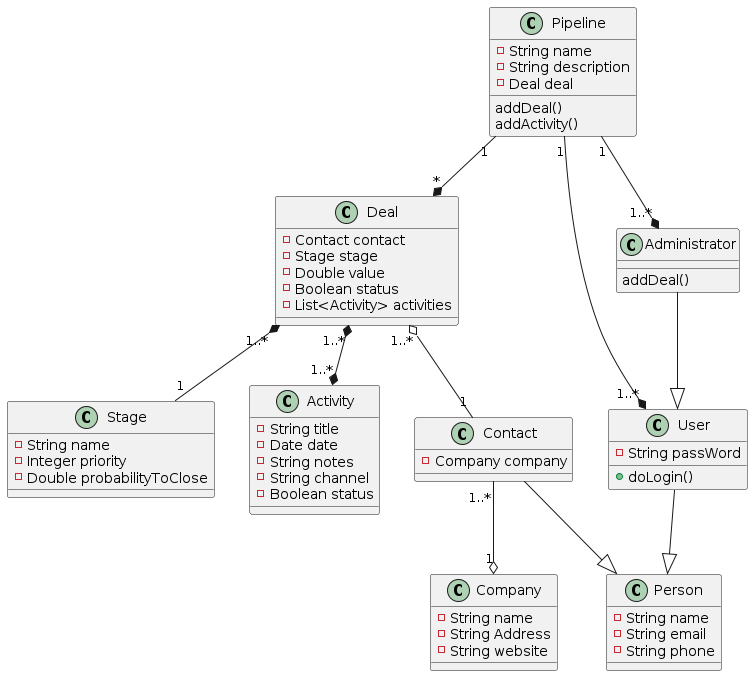
This is out/planning/uml/crm33/CRM33.png from igormedeiros/crm33, a PlantUML export, as it was before one commit.
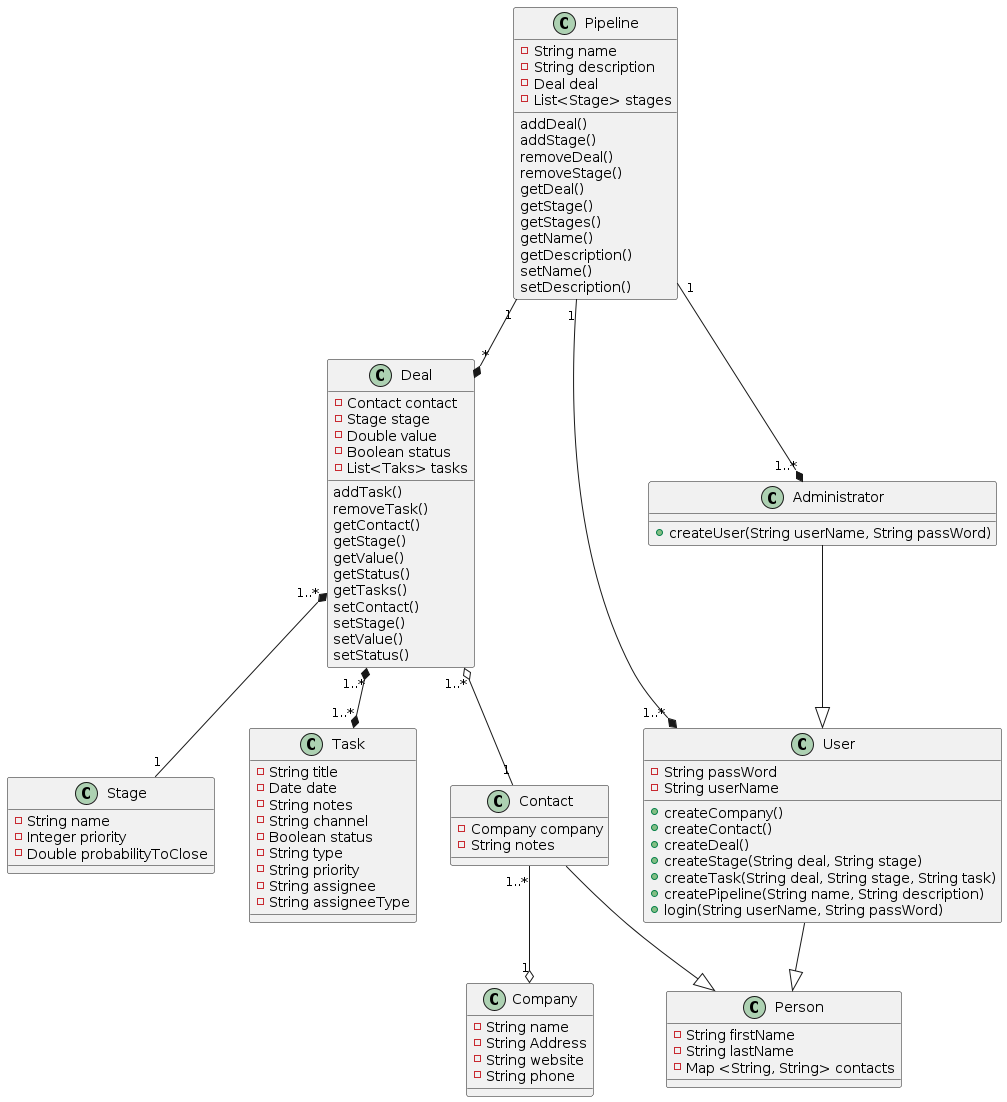
The same diagram one commit later.

The edit, as a diff of the source:
```diff
@@ -1,14 +1,46 @@
 @startuml CRM33
 
+Pipeline "1" --* "*" Deal
 
 class Pipeline{
   -String name
   -String description
   -Deal deal
+  -List<Stage> stages
   addDeal()
-  addActivity()
+  addStage()
+  removeDeal()
+  removeStage()
+  getDeal()
+  getStage()
+  getStages()
+  getName()
+  getDescription()
+  setName()
+  setDescription()
 
 }
+
+class Deal{
+  -Contact contact
+  -Stage stage
+  -Double value
+  -Boolean status
+  -List<Taks> tasks
+  addTask()
+  removeTask()
+  getContact()
+  getStage()
+  getValue()
+  getStatus()
+  getTasks()
+  setContact()
+  setStage()
+  setValue()
+  setStatus()
+}
+
+Deal "1..*" *-- "1" Stage
 
 class Stage{
   -String name
@@ -16,60 +48,69 @@
   -Double probabilityToClose
 }
 
-class Deal{
-  -Contact contact
-  -Stage stage
-  -Double value
-  -Boolean status
-  -List<Activity> activities
-}
-
-
-class Activity{
+class Task{
   -String title
   -Date date
   -String notes
   -String channel
   -Boolean status
+  -String type
+  -String priority
+  -String assignee
+  -String assigneeType
+}
+
+
+
+class Person{
+  -String firstName
+  -String lastName
+  -Map <String, String> contacts
 
 }
 
-class Person{
-  -String name
-  -String email
-  -String phone
+
+Contact --|> Person
+class Contact{
+  -Company company
+  -String notes
 }
 
-class Contact{
-  -Company company
+User --|> Person
+Pipeline "1" --* "1..*" User
+
+class User{
+
+  -String passWord
+  -String userName
+
+  +createCompany()
+  +createContact()
+  +createDeal()
+  +createStage(String deal, String stage)
+  +createTask(String deal, String stage, String task)
+  +createPipeline(String name, String description)
+  +login(String userName, String passWord)
 }
 
-class User{
-  -String passWord
-  +doLogin()
-}
+Administrator --|> User
+Pipeline "1" --* "1..*" Administrator
 
 class Administrator{
-  addDeal()
+
+  +createUser(String userName, String passWord)
+
 }
 
 class Company{
   -String name
   -String Address
   -String website
-
+  -String phone
 }
 
-User --|> Person
-Contact --|> Person
-Administrator --|> User
-
-Pipeline "1" --* "*" Deal
-Pipeline "1" --* "1..*" User
-Pipeline "1" --* "1..*" Administrator
-Deal "1..*" *-- "1" Stage
 Deal "1..*" o-- "1" Contact
 Contact "1..*" --o "1" Company
-Deal "1..*" *--* "1..*" Activity
+Deal "1..*" *--* "1..*" Task
 
 @enduml
```
